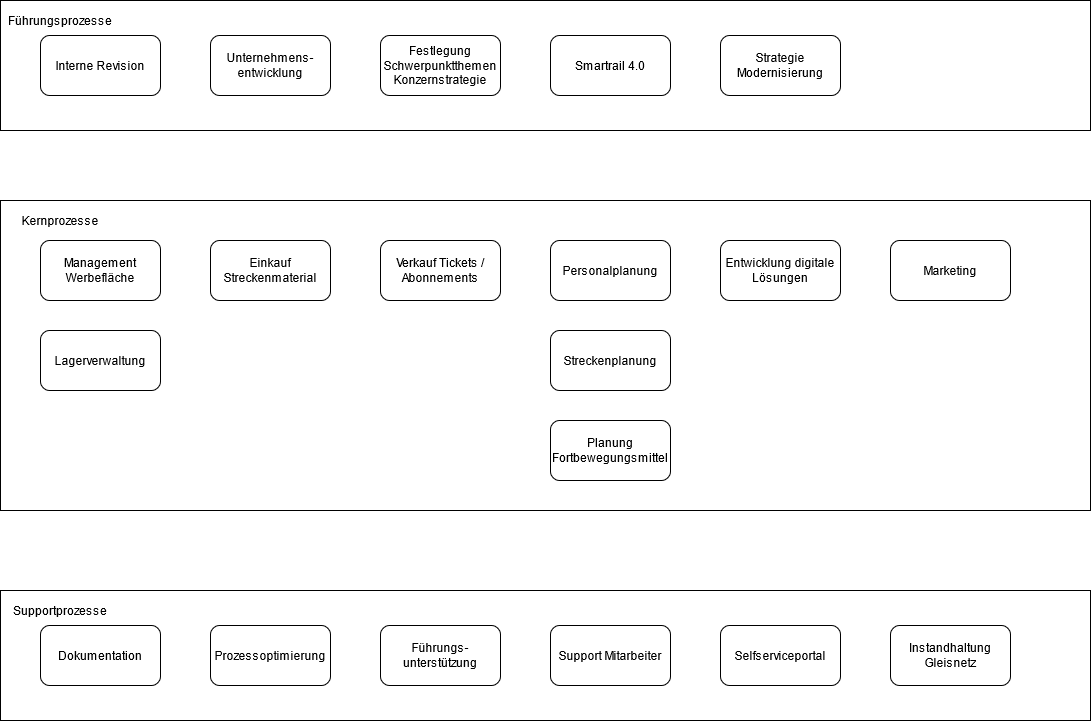
Earlier version of the draw.io export ProzessMAP_A4.png (MokthecoolWok/m254). Source tidied: cells renumbered, new cells last; positions are measured from the earlier drawing's top-left corner, leaving out a move shared by most shapes.
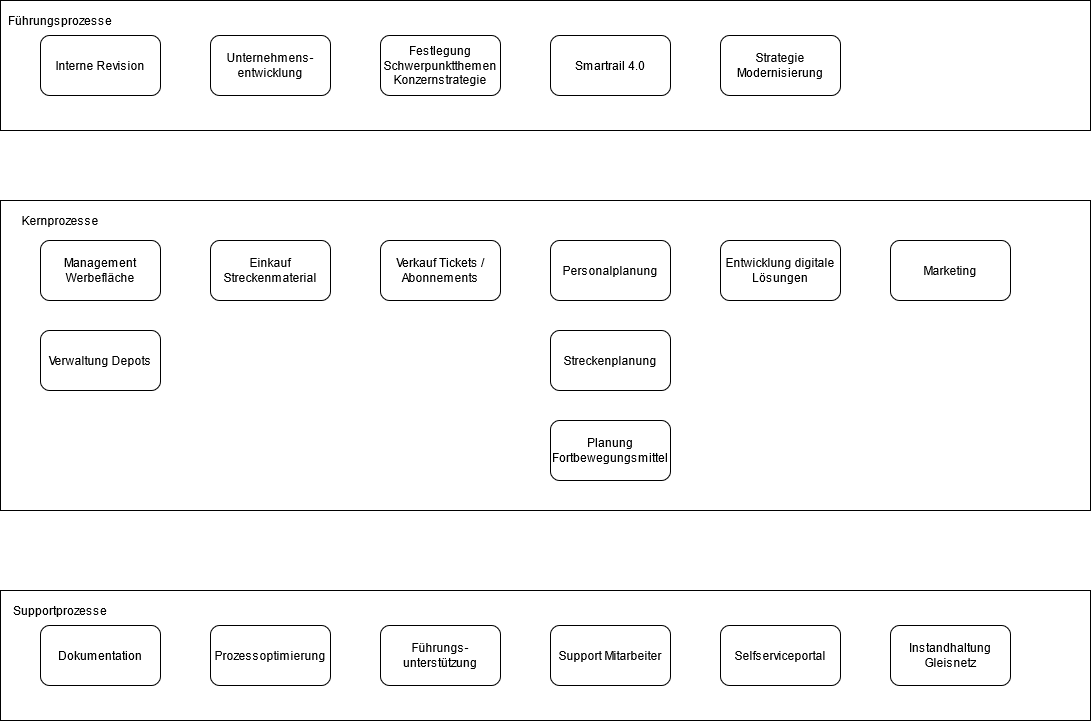
Above is the later version.

Diff of the diagram source:
```diff
@@ -20,7 +20,7 @@
     <mxCell id="7" value="Einkauf Streckenmaterial" style="rounded=1;whiteSpace=wrap;html=1;" parent="2" vertex="1">
       <mxGeometry x="210" y="40" width="120" height="60" as="geometry" />
     </mxCell>
-    <mxCell id="8" value="Lagerverwaltung" style="rounded=1;whiteSpace=wrap;html=1;" parent="2" vertex="1">
+    <mxCell id="8" value="Verwaltung Depots" style="rounded=1;whiteSpace=wrap;html=1;" parent="2" vertex="1">
       <mxGeometry x="40" y="130" width="120" height="60" as="geometry" />
     </mxCell>
     <mxCell id="9" value="Verkauf Tickets / Abonnements" style="rounded=1;whiteSpace=wrap;html=1;" parent="2" vertex="1">
```
